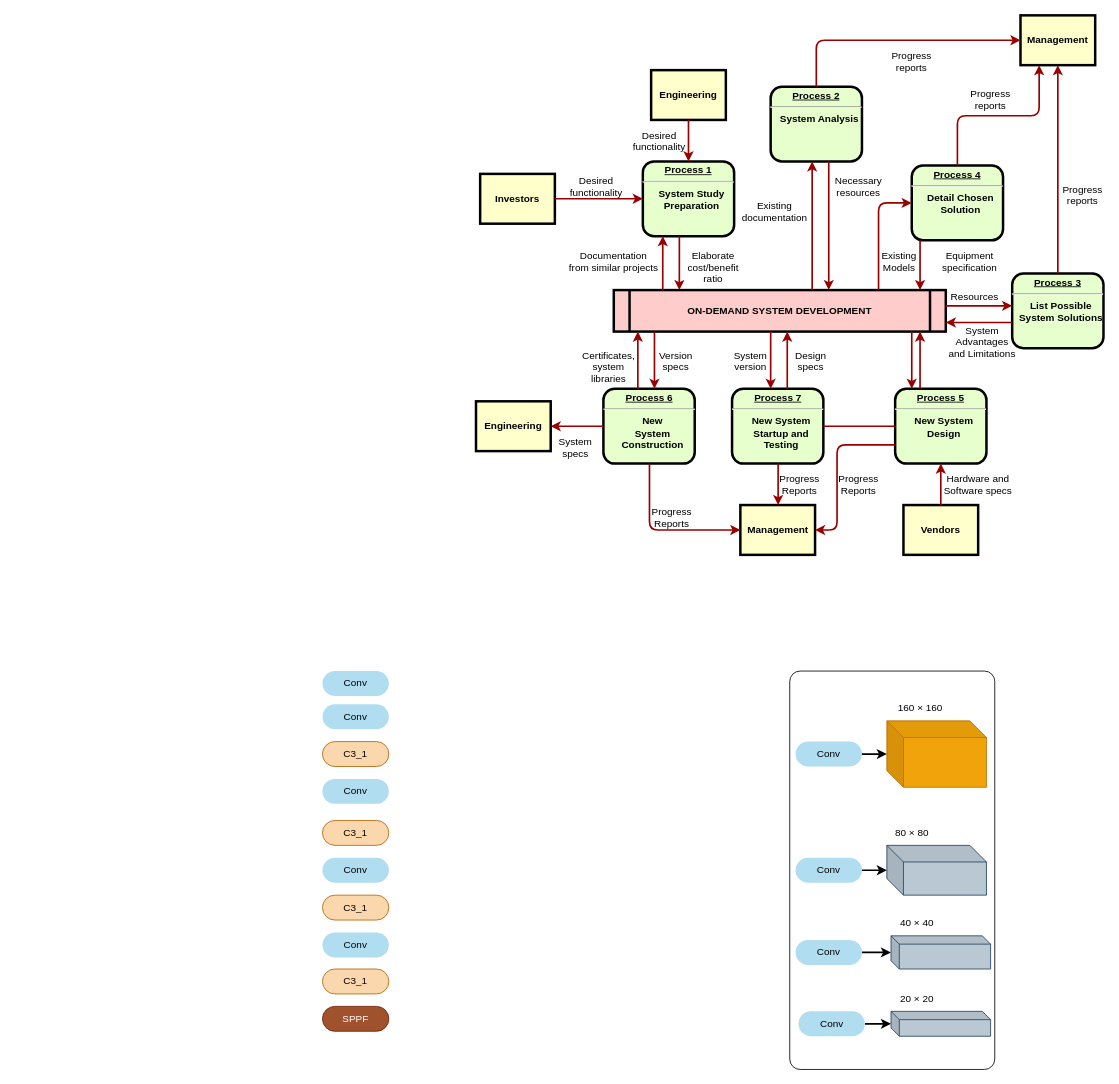
The draw.io diagram 未命名绘图.drawio in ClarkArden/drawio_repository, before the edit. Source tidied: cells renumbered, new cells numbered last; positions are measured from the earlier drawing's top-left corner, leaving out a move shared by most shapes. Both pictures are drawn from the tidied source at 83%, with x=0, y=0 at pixel (322, 15).
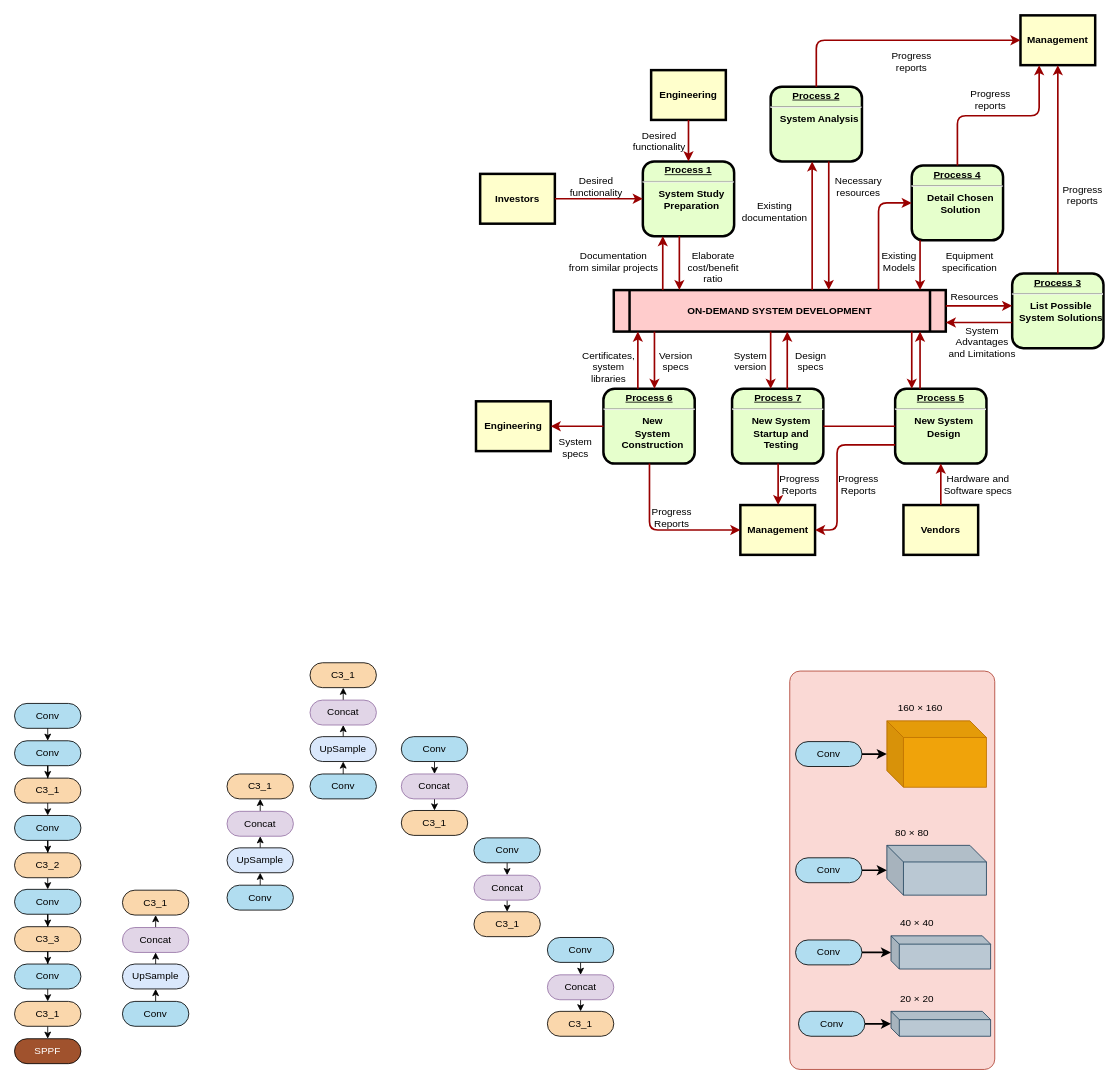
Above is the later version.

Commit message:
yolov5sdrawio

Diff of the diagram source:
```diff
@@
-    <mxCell id="2" style="rounded=1;whiteSpace=wrap;html=1;absoluteArcSize=1;arcSize=25;" parent="1" vertex="1">
+    <mxCell id="2" style="rounded=1;whiteSpace=wrap;html=1;absoluteArcSize=1;arcSize=25;fillColor=#fad9d5;strokeColor=#ae4132;" parent="1" vertex="1">
       <mxGeometry x="563" y="790" width="247" height="480" as="geometry" />
     </mxCell>
@@
-    <mxCell id="73" value="Conv" style="rounded=1;whiteSpace=wrap;html=1;fillColor=#b1ddf0;strokeColor=none;arcSize=50;" parent="1" vertex="1">
+    <mxCell id="73" value="Conv" style="rounded=1;whiteSpace=wrap;html=1;fillColor=#b1ddf0;strokeColor=default;arcSize=50;" parent="1" vertex="1">
       <mxGeometry x="570" y="875" width="80" height="30" as="geometry" />
     </mxCell>
@@
-    <mxCell id="75" value="Conv" style="rounded=1;whiteSpace=wrap;html=1;fillColor=#b1ddf0;strokeColor=none;arcSize=50;" parent="1" vertex="1">
+    <mxCell id="75" value="Conv" style="rounded=1;whiteSpace=wrap;html=1;fillColor=#b1ddf0;strokeColor=default;arcSize=50;" parent="1" vertex="1">
       <mxGeometry x="573.5" y="1200" width="80" height="30" as="geometry" />
     </mxCell>
@@
-    <mxCell id="77" value="Conv" style="rounded=1;whiteSpace=wrap;html=1;fillColor=#b1ddf0;strokeColor=none;arcSize=50;" parent="1" vertex="1">
+    <mxCell id="77" value="Conv" style="rounded=1;whiteSpace=wrap;html=1;fillColor=#b1ddf0;strokeColor=default;arcSize=50;" parent="1" vertex="1">
       <mxGeometry x="570" y="1114" width="80" height="30" as="geometry" />
     </mxCell>
@@
-    <mxCell id="79" value="Conv" style="rounded=1;whiteSpace=wrap;html=1;fillColor=#b1ddf0;strokeColor=none;arcSize=50;" parent="1" vertex="1">
+    <mxCell id="79" value="Conv" style="rounded=1;whiteSpace=wrap;html=1;fillColor=#b1ddf0;strokeColor=default;arcSize=50;" parent="1" vertex="1">
       <mxGeometry x="570" y="1015" width="80" height="30" as="geometry" />
     </mxCell>
+    <mxCell id="90" style="edgeStyle=orthogonalEdgeStyle;rounded=0;jettySize=auto;html=1;entryX=0.5;entryY=0;entryDx=0;entryDy=0;labelBorderColor=none;strokeColor=default;" parent="1" edge="1" target="81">
+      <mxGeometry relative="1" as="geometry">
+        <mxPoint x="-331" y="853" as="sourcePoint" />
+      </mxGeometry>
+    </mxCell>
-    <mxCell id="80" value="Conv" style="rounded=1;whiteSpace=wrap;html=1;fillColor=#b1ddf0;strokeColor=none;arcSize=50;" parent="1" vertex="1">
-      <mxGeometry y="790" width="80" height="30" as="geometry" />
+    <mxCell id="80" value="Conv" style="rounded=1;whiteSpace=wrap;html=1;fillColor=#b1ddf0;strokeColor=default;arcSize=50;labelBorderColor=none;" parent="1" vertex="1">
+      <mxGeometry x="-371" y="829" width="80" height="30" as="geometry" />
     </mxCell>
+    <mxCell id="91" style="edgeStyle=orthogonalEdgeStyle;rounded=0;jettySize=auto;html=1;exitX=0.5;exitY=1;exitDx=0;exitDy=0;labelBorderColor=none;strokeColor=default;" parent="1" edge="1" source="81" target="83">
+      <mxGeometry relative="1" as="geometry" />
+    </mxCell>
-    <mxCell id="81" value="Conv" style="rounded=1;whiteSpace=wrap;html=1;fillColor=#b1ddf0;strokeColor=none;arcSize=50;" parent="1" vertex="1">
-      <mxGeometry y="830" width="80" height="30" as="geometry" />
+    <mxCell id="81" value="Conv" style="rounded=1;whiteSpace=wrap;html=1;fillColor=#b1ddf0;strokeColor=default;arcSize=50;labelBorderColor=none;" parent="1" vertex="1">
+      <mxGeometry x="-371" y="874" width="80" height="30" as="geometry" />
     </mxCell>
+    <mxCell id="92" style="edgeStyle=orthogonalEdgeStyle;rounded=0;jettySize=auto;html=1;entryX=0.5;entryY=0;entryDx=0;entryDy=0;labelBorderColor=none;strokeColor=default;" parent="1" edge="1" source="82" target="84">
+      <mxGeometry relative="1" as="geometry" />
+    </mxCell>
-    <mxCell id="82" value="Conv" style="rounded=1;whiteSpace=wrap;html=1;fillColor=#b1ddf0;strokeColor=none;arcSize=50;" parent="1" vertex="1">
-      <mxGeometry y="920" width="80" height="30" as="geometry" />
+    <mxCell id="82" value="Conv" style="rounded=1;whiteSpace=wrap;html=1;fillColor=#b1ddf0;strokeColor=default;arcSize=50;labelBorderColor=none;" parent="1" vertex="1">
+      <mxGeometry x="-371" y="964" width="80" height="30" as="geometry" />
     </mxCell>
+    <mxCell id="93" style="edgeStyle=orthogonalEdgeStyle;rounded=0;jettySize=auto;html=1;entryX=0.5;entryY=0;entryDx=0;entryDy=0;exitX=0.5;exitY=1;exitDx=0;exitDy=0;labelBorderColor=none;strokeColor=default;" parent="1" edge="1" source="83" target="82">
+      <mxGeometry relative="1" as="geometry">
+        <Array as="points">
+          <mxPoint x="-331" y="949" />
+          <mxPoint x="-331" y="949" />
+        </Array>
+      </mxGeometry>
+    </mxCell>
-    <mxCell id="83" value="C3_1" style="rounded=1;whiteSpace=wrap;html=1;fillColor=#fad7ac;arcSize=50;strokeColor=#b46504;" parent="1" vertex="1">
-      <mxGeometry y="875" width="80" height="30" as="geometry" />
+    <mxCell id="83" value="C3_1" style="rounded=1;whiteSpace=wrap;html=1;fillColor=#fad7ac;arcSize=50;strokeColor=default;labelBorderColor=none;" parent="1" vertex="1">
+      <mxGeometry x="-371" y="919" width="80" height="30" as="geometry" />
     </mxCell>
+    <mxCell id="94" style="edgeStyle=orthogonalEdgeStyle;rounded=0;jettySize=auto;html=1;exitX=0.5;exitY=1;exitDx=0;exitDy=0;entryX=0.5;entryY=0;entryDx=0;entryDy=0;labelBorderColor=none;strokeColor=default;" parent="1" edge="1" source="84" target="85">
+      <mxGeometry relative="1" as="geometry" />
+    </mxCell>
-    <mxCell id="84" value="C3_1" style="rounded=1;whiteSpace=wrap;html=1;fillColor=#fad7ac;arcSize=50;strokeColor=#b46504;" parent="1" vertex="1">
-      <mxGeometry y="970" width="80" height="30" as="geometry" />
+    <mxCell id="84" value="C3_2" style="rounded=1;whiteSpace=wrap;html=1;fillColor=#fad7ac;arcSize=50;strokeColor=default;labelBorderColor=none;" parent="1" vertex="1">
+      <mxGeometry x="-371" y="1009" width="80" height="30" as="geometry" />
     </mxCell>
+    <mxCell id="95" style="edgeStyle=orthogonalEdgeStyle;rounded=0;jettySize=auto;html=1;entryX=0.5;entryY=0;entryDx=0;entryDy=0;labelBorderColor=none;strokeColor=default;" parent="1" edge="1" source="85" target="86">
+      <mxGeometry relative="1" as="geometry" />
+    </mxCell>
-    <mxCell id="85" value="Conv" style="rounded=1;whiteSpace=wrap;html=1;fillColor=#b1ddf0;strokeColor=none;arcSize=50;" parent="1" vertex="1">
-      <mxGeometry y="1015" width="80" height="30" as="geometry" />
+    <mxCell id="85" value="Conv" style="rounded=1;whiteSpace=wrap;html=1;fillColor=#b1ddf0;strokeColor=default;arcSize=50;labelBorderColor=none;" parent="1" vertex="1">
+      <mxGeometry x="-371" y="1053" width="80" height="30" as="geometry" />
     </mxCell>
+    <mxCell id="96" style="edgeStyle=orthogonalEdgeStyle;rounded=0;jettySize=auto;html=1;entryX=0.5;entryY=0;entryDx=0;entryDy=0;labelBorderColor=none;strokeColor=default;" parent="1" edge="1" source="86" target="87">
+      <mxGeometry relative="1" as="geometry" />
+    </mxCell>
-    <mxCell id="86" value="C3_1" style="rounded=1;whiteSpace=wrap;html=1;fillColor=#fad7ac;arcSize=50;strokeColor=#b46504;" parent="1" vertex="1">
-      <mxGeometry y="1060" width="80" height="30" as="geometry" />
+    <mxCell id="86" value="C3_3" style="rounded=1;whiteSpace=wrap;html=1;fillColor=#fad7ac;arcSize=50;strokeColor=default;labelBorderColor=none;" parent="1" vertex="1">
+      <mxGeometry x="-371" y="1098" width="80" height="30" as="geometry" />
     </mxCell>
+    <mxCell id="97" style="edgeStyle=orthogonalEdgeStyle;rounded=0;jettySize=auto;html=1;exitX=0.5;exitY=1;exitDx=0;exitDy=0;entryX=0.5;entryY=0;entryDx=0;entryDy=0;labelBorderColor=none;strokeColor=default;" parent="1" edge="1" source="87" target="88">
+      <mxGeometry relative="1" as="geometry" />
+    </mxCell>
-    <mxCell id="87" value="Conv" style="rounded=1;whiteSpace=wrap;html=1;fillColor=#b1ddf0;strokeColor=none;arcSize=50;" parent="1" vertex="1">
-      <mxGeometry y="1105" width="80" height="30" as="geometry" />
+    <mxCell id="87" value="Conv" style="rounded=1;whiteSpace=wrap;html=1;fillColor=#b1ddf0;strokeColor=default;arcSize=50;labelBorderColor=none;" parent="1" vertex="1">
+      <mxGeometry x="-371" y="1143" width="80" height="30" as="geometry" />
     </mxCell>
+    <mxCell id="98" style="edgeStyle=orthogonalEdgeStyle;rounded=0;jettySize=auto;html=1;exitX=0.5;exitY=1;exitDx=0;exitDy=0;entryX=0.5;entryY=0;entryDx=0;entryDy=0;labelBorderColor=none;strokeColor=default;" parent="1" edge="1" source="88" target="89">
+      <mxGeometry relative="1" as="geometry" />
+    </mxCell>
-    <mxCell id="88" value="C3_1" style="rounded=1;whiteSpace=wrap;html=1;fillColor=#fad7ac;arcSize=50;strokeColor=#b46504;" parent="1" vertex="1">
-      <mxGeometry y="1149" width="80" height="30" as="geometry" />
+    <mxCell id="88" value="C3_1" style="rounded=1;whiteSpace=wrap;html=1;fillColor=#fad7ac;arcSize=50;strokeColor=default;labelBorderColor=none;" parent="1" vertex="1">
+      <mxGeometry x="-371" y="1188" width="80" height="30" as="geometry" />
     </mxCell>
-    <mxCell id="89" value="SPPF" style="rounded=1;whiteSpace=wrap;html=1;fillColor=#a0522d;strokeColor=#6D1F00;arcSize=50;fontColor=#ffffff;" parent="1" vertex="1">
-      <mxGeometry y="1194" width="80" height="30" as="geometry" />
+    <mxCell id="89" value="SPPF" style="rounded=1;whiteSpace=wrap;html=1;fillColor=#a0522d;strokeColor=default;arcSize=50;fontColor=#ffffff;labelBorderColor=none;" parent="1" vertex="1">
+      <mxGeometry x="-371" y="1233" width="80" height="30" as="geometry" />
     </mxCell>
+    <mxCell id="99" style="edgeStyle=orthogonalEdgeStyle;rounded=0;jettySize=auto;html=1;exitX=0.5;exitY=0;exitDx=0;exitDy=0;entryX=0.5;entryY=1;entryDx=0;entryDy=0;" parent="1" edge="1" source="100" target="102">
+      <mxGeometry relative="1" as="geometry" />
+    </mxCell>
+    <mxCell id="100" value="Conv" style="rounded=1;whiteSpace=wrap;html=1;fillColor=#b1ddf0;strokeColor=default;arcSize=50;labelBorderColor=none;" parent="1" vertex="1">
+      <mxGeometry x="-241" y="1188" width="80" height="30" as="geometry" />
+    </mxCell>
+    <mxCell id="101" style="edgeStyle=orthogonalEdgeStyle;rounded=0;jettySize=auto;html=1;exitX=0.5;exitY=0;exitDx=0;exitDy=0;" parent="1" edge="1" source="102">
+      <mxGeometry relative="1" as="geometry">
+        <mxPoint x="-201" y="1129" as="targetPoint" />
+      </mxGeometry>
+    </mxCell>
+    <mxCell id="102" value="UpSample" style="rounded=1;whiteSpace=wrap;html=1;fillColor=#dae8fc;strokeColor=default;arcSize=50;labelBorderColor=none;" parent="1" vertex="1">
+      <mxGeometry x="-241" y="1143" width="80" height="30" as="geometry" />
+    </mxCell>
+    <mxCell id="103" style="edgeStyle=orthogonalEdgeStyle;rounded=0;jettySize=auto;html=1;exitX=0.5;exitY=0;exitDx=0;exitDy=0;entryX=0.5;entryY=1;entryDx=0;entryDy=0;" parent="1" edge="1" source="104" target="105">
+      <mxGeometry relative="1" as="geometry" />
+    </mxCell>
+    <mxCell id="104" value="Concat" style="rounded=1;whiteSpace=wrap;html=1;fillColor=#e1d5e7;strokeColor=#9673a6;arcSize=50;labelBorderColor=none;" parent="1" vertex="1">
+      <mxGeometry x="-241" y="1099" width="80" height="30" as="geometry" />
+    </mxCell>
+    <mxCell id="105" value="C3_1" style="rounded=1;whiteSpace=wrap;html=1;fillColor=#fad7ac;arcSize=50;strokeColor=default;labelBorderColor=none;" parent="1" vertex="1">
+      <mxGeometry x="-241" y="1054" width="80" height="30" as="geometry" />
+    </mxCell>
+    <mxCell id="106" style="edgeStyle=orthogonalEdgeStyle;rounded=0;jettySize=auto;html=1;exitX=0.5;exitY=0;exitDx=0;exitDy=0;entryX=0.5;entryY=1;entryDx=0;entryDy=0;" parent="1" edge="1" source="107" target="109">
+      <mxGeometry relative="1" as="geometry" />
+    </mxCell>
+    <mxCell id="107" value="Conv" style="rounded=1;whiteSpace=wrap;html=1;fillColor=#b1ddf0;strokeColor=default;arcSize=50;labelBorderColor=none;" parent="1" vertex="1">
+      <mxGeometry x="-115" y="1048" width="80" height="30" as="geometry" />
+    </mxCell>
+    <mxCell id="108" style="edgeStyle=orthogonalEdgeStyle;rounded=0;jettySize=auto;html=1;exitX=0.5;exitY=0;exitDx=0;exitDy=0;" parent="1" edge="1" source="109">
+      <mxGeometry relative="1" as="geometry">
+        <mxPoint x="-75" y="989" as="targetPoint" />
+      </mxGeometry>
+    </mxCell>
+    <mxCell id="109" value="UpSample" style="rounded=1;whiteSpace=wrap;html=1;fillColor=#dae8fc;strokeColor=default;arcSize=50;labelBorderColor=none;" parent="1" vertex="1">
+      <mxGeometry x="-115" y="1003" width="80" height="30" as="geometry" />
+    </mxCell>
+    <mxCell id="110" style="edgeStyle=orthogonalEdgeStyle;rounded=0;jettySize=auto;html=1;exitX=0.5;exitY=0;exitDx=0;exitDy=0;entryX=0.5;entryY=1;entryDx=0;entryDy=0;" parent="1" edge="1" source="111" target="112">
+      <mxGeometry relative="1" as="geometry" />
+    </mxCell>
+    <mxCell id="111" value="Concat" style="rounded=1;whiteSpace=wrap;html=1;fillColor=#e1d5e7;strokeColor=#9673a6;arcSize=50;labelBorderColor=none;" parent="1" vertex="1">
+      <mxGeometry x="-115" y="959" width="80" height="30" as="geometry" />
+    </mxCell>
+    <mxCell id="112" value="C3_1" style="rounded=1;whiteSpace=wrap;html=1;fillColor=#fad7ac;arcSize=50;strokeColor=default;labelBorderColor=none;" parent="1" vertex="1">
+      <mxGeometry x="-115" y="914" width="80" height="30" as="geometry" />
+    </mxCell>
+    <mxCell id="113" style="edgeStyle=orthogonalEdgeStyle;rounded=0;jettySize=auto;html=1;exitX=0.5;exitY=0;exitDx=0;exitDy=0;entryX=0.5;entryY=1;entryDx=0;entryDy=0;" parent="1" edge="1" source="114" target="116">
+      <mxGeometry relative="1" as="geometry" />
+    </mxCell>
+    <mxCell id="114" value="Conv" style="rounded=1;whiteSpace=wrap;html=1;fillColor=#b1ddf0;strokeColor=default;arcSize=50;labelBorderColor=none;" parent="1" vertex="1">
+      <mxGeometry x="-15" y="914" width="80" height="30" as="geometry" />
+    </mxCell>
+    <mxCell id="115" style="edgeStyle=orthogonalEdgeStyle;rounded=0;jettySize=auto;html=1;exitX=0.5;exitY=0;exitDx=0;exitDy=0;" parent="1" edge="1" source="116">
+      <mxGeometry relative="1" as="geometry">
+        <mxPoint x="25" y="855" as="targetPoint" />
+      </mxGeometry>
+    </mxCell>
+    <mxCell id="116" value="UpSample" style="rounded=1;whiteSpace=wrap;html=1;fillColor=#dae8fc;strokeColor=default;arcSize=50;labelBorderColor=none;" parent="1" vertex="1">
+      <mxGeometry x="-15" y="869" width="80" height="30" as="geometry" />
+    </mxCell>
+    <mxCell id="117" style="edgeStyle=orthogonalEdgeStyle;rounded=0;jettySize=auto;html=1;exitX=0.5;exitY=0;exitDx=0;exitDy=0;entryX=0.5;entryY=1;entryDx=0;entryDy=0;" parent="1" edge="1" source="118" target="119">
+      <mxGeometry relative="1" as="geometry" />
+    </mxCell>
+    <mxCell id="118" value="Concat" style="rounded=1;whiteSpace=wrap;html=1;fillColor=#e1d5e7;strokeColor=#9673a6;arcSize=50;labelBorderColor=none;" parent="1" vertex="1">
+      <mxGeometry x="-15" y="825" width="80" height="30" as="geometry" />
+    </mxCell>
+    <mxCell id="119" value="C3_1" style="rounded=1;whiteSpace=wrap;html=1;fillColor=#fad7ac;arcSize=50;strokeColor=default;labelBorderColor=none;" parent="1" vertex="1">
+      <mxGeometry x="-15" y="780" width="80" height="30" as="geometry" />
+    </mxCell>
+    <mxCell id="120" style="edgeStyle=orthogonalEdgeStyle;rounded=0;jettySize=auto;html=1;exitX=0.5;exitY=1;exitDx=0;exitDy=0;entryX=0.5;entryY=0;entryDx=0;entryDy=0;" parent="1" edge="1" source="121" target="123">
+      <mxGeometry relative="1" as="geometry" />
+    </mxCell>
+    <mxCell id="121" value="Conv" style="rounded=1;whiteSpace=wrap;html=1;fillColor=#b1ddf0;strokeColor=default;arcSize=50;labelBorderColor=none;" parent="1" vertex="1">
+      <mxGeometry x="95" y="869" width="80" height="30" as="geometry" />
+    </mxCell>
+    <mxCell id="122" style="edgeStyle=orthogonalEdgeStyle;rounded=0;jettySize=auto;html=1;exitX=0.5;exitY=1;exitDx=0;exitDy=0;entryX=0.5;entryY=0;entryDx=0;entryDy=0;" parent="1" edge="1" source="123" target="124">
+      <mxGeometry relative="1" as="geometry" />
+    </mxCell>
+    <mxCell id="123" value="Concat" style="rounded=1;whiteSpace=wrap;html=1;fillColor=#e1d5e7;strokeColor=#9673a6;arcSize=50;labelBorderColor=none;" parent="1" vertex="1">
+      <mxGeometry x="95" y="914" width="80" height="30" as="geometry" />
+    </mxCell>
+    <mxCell id="124" value="C3_1" style="rounded=1;whiteSpace=wrap;html=1;fillColor=#fad7ac;arcSize=50;strokeColor=default;labelBorderColor=none;" parent="1" vertex="1">
+      <mxGeometry x="95" y="958" width="80" height="30" as="geometry" />
+    </mxCell>
+    <mxCell id="125" style="edgeStyle=orthogonalEdgeStyle;rounded=0;jettySize=auto;html=1;exitX=0.5;exitY=1;exitDx=0;exitDy=0;entryX=0.5;entryY=0;entryDx=0;entryDy=0;" parent="1" edge="1" source="126" target="128">
+      <mxGeometry relative="1" as="geometry" />
+    </mxCell>
+    <mxCell id="126" value="Conv" style="rounded=1;whiteSpace=wrap;html=1;fillColor=#b1ddf0;strokeColor=default;arcSize=50;labelBorderColor=none;" parent="1" vertex="1">
+      <mxGeometry x="182.5" y="991" width="80" height="30" as="geometry" />
+    </mxCell>
+    <mxCell id="127" style="edgeStyle=orthogonalEdgeStyle;rounded=0;jettySize=auto;html=1;exitX=0.5;exitY=1;exitDx=0;exitDy=0;entryX=0.5;entryY=0;entryDx=0;entryDy=0;" parent="1" edge="1" source="128" target="129">
+      <mxGeometry relative="1" as="geometry" />
+    </mxCell>
+    <mxCell id="128" value="Concat" style="rounded=1;whiteSpace=wrap;html=1;fillColor=#e1d5e7;strokeColor=#9673a6;arcSize=50;labelBorderColor=none;" parent="1" vertex="1">
+      <mxGeometry x="182.5" y="1036" width="80" height="30" as="geometry" />
+    </mxCell>
+    <mxCell id="129" value="C3_1" style="rounded=1;whiteSpace=wrap;html=1;fillColor=#fad7ac;arcSize=50;strokeColor=default;labelBorderColor=none;" parent="1" vertex="1">
+      <mxGeometry x="182.5" y="1080" width="80" height="30" as="geometry" />
+    </mxCell>
+    <mxCell id="130" style="edgeStyle=orthogonalEdgeStyle;rounded=0;jettySize=auto;html=1;exitX=0.5;exitY=1;exitDx=0;exitDy=0;entryX=0.5;entryY=0;entryDx=0;entryDy=0;" parent="1" edge="1" source="131" target="133">
+      <mxGeometry relative="1" as="geometry" />
+    </mxCell>
+    <mxCell id="131" value="Conv" style="rounded=1;whiteSpace=wrap;html=1;fillColor=#b1ddf0;strokeColor=default;arcSize=50;labelBorderColor=none;" parent="1" vertex="1">
+      <mxGeometry x="271" y="1111" width="80" height="30" as="geometry" />
+    </mxCell>
+    <mxCell id="132" style="edgeStyle=orthogonalEdgeStyle;rounded=0;jettySize=auto;html=1;exitX=0.5;exitY=1;exitDx=0;exitDy=0;entryX=0.5;entryY=0;entryDx=0;entryDy=0;" parent="1" edge="1" source="133" target="134">
+      <mxGeometry relative="1" as="geometry" />
+    </mxCell>
+    <mxCell id="133" value="Concat" style="rounded=1;whiteSpace=wrap;html=1;fillColor=#e1d5e7;strokeColor=#9673a6;arcSize=50;labelBorderColor=none;" parent="1" vertex="1">
+      <mxGeometry x="271" y="1156" width="80" height="30" as="geometry" />
+    </mxCell>
+    <mxCell id="134" value="C3_1" style="rounded=1;whiteSpace=wrap;html=1;fillColor=#fad7ac;arcSize=50;strokeColor=default;labelBorderColor=none;" parent="1" vertex="1">
+      <mxGeometry x="271" y="1200" width="80" height="30" as="geometry" />
+    </mxCell>
```
